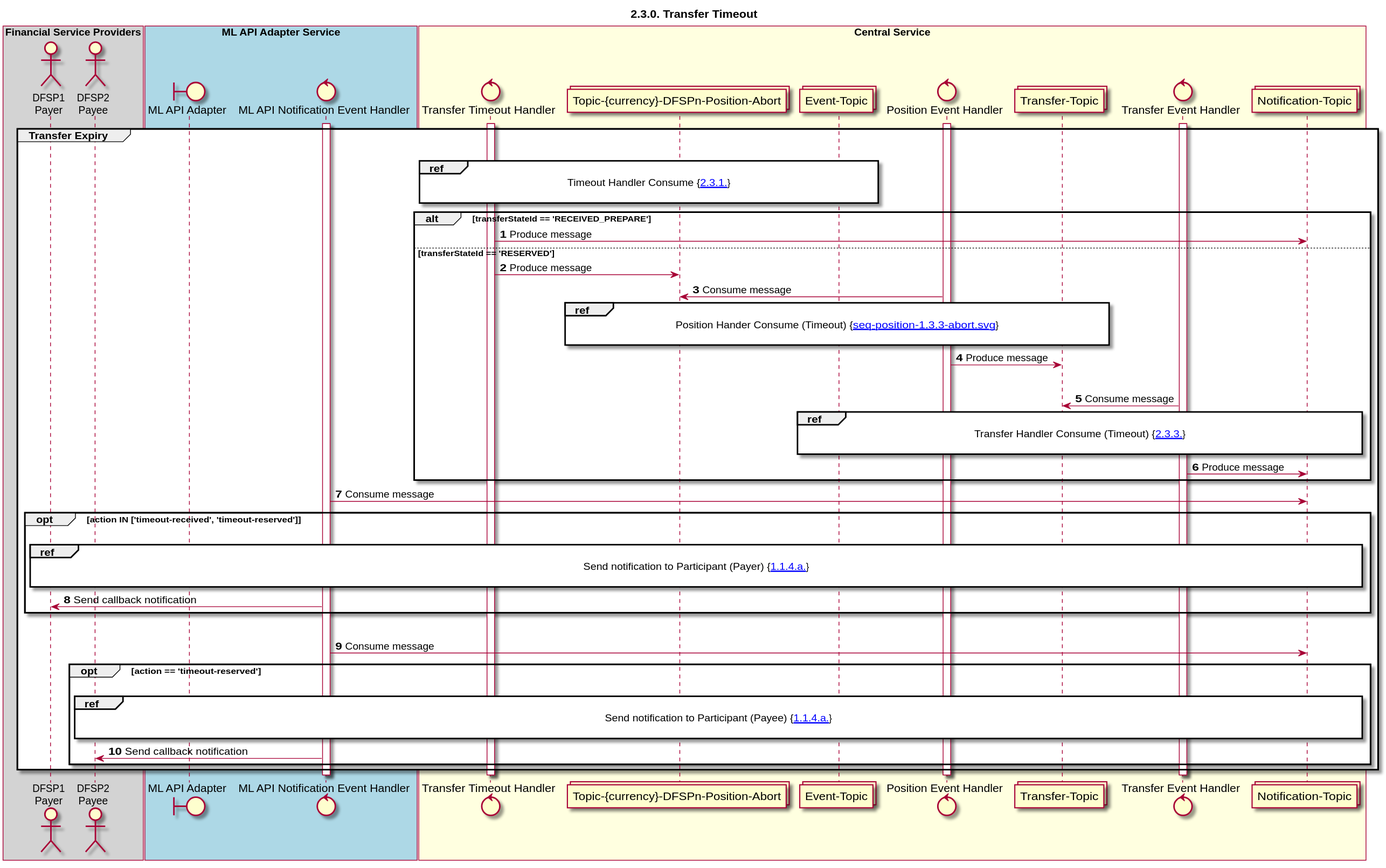
Before: Diagrams/SequenceDiagrams/seq-timeout-2.3.0.svg, a diagram exported from PlantUML (ggrg/docs).
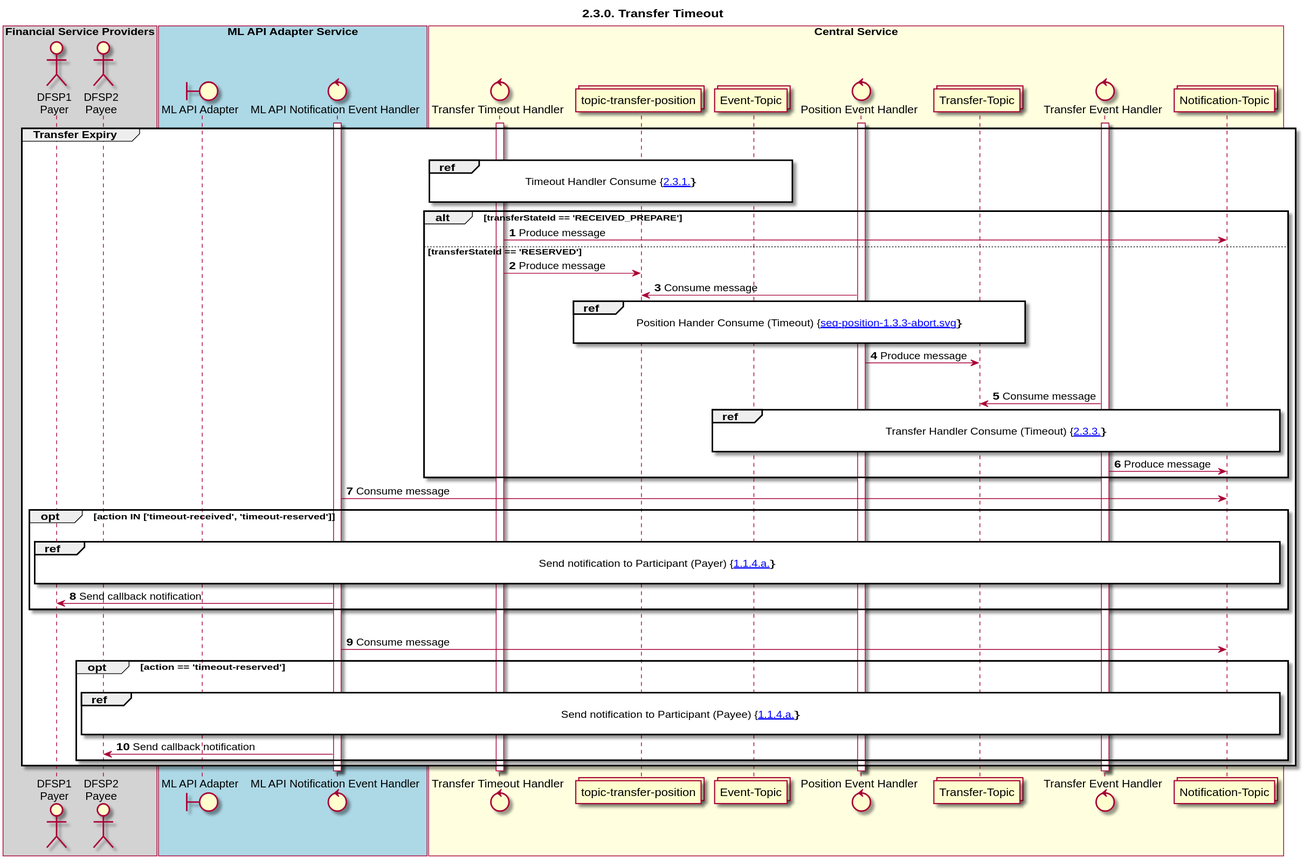
Above is the later version.

What changed in the source:
```diff
@@ -9,7 +9,7 @@
 boundary "ML API Adapter" as MLAPI
 control "ML API Notification Event Handler" as NOTIFY_HANDLER
 control "Transfer Timeout Handler" as EXP_HANDLER
-collections "Topic-{currency}-DFSPn-Position-Abort" as TOPIC_POSITION_DFSP
+collections "topic-transfer-position" as TOPIC_TRANSFER_POSITION
 control "Position Event Handler" as POS_HANDLER
 collections "Transfer-Topic" as TOPIC_TRANSFERS
 control "Transfer Event Handler" as TRANS_HANDLER
@@ -28,7 +28,7 @@
 
 box "Central Service" #LightYellow
     participant EXP_HANDLER
-    participant TOPIC_POSITION_DFSP
+    participant TOPIC_TRANSFER_POSITION
     participant TOPIC_EVENT
     participant POS_HANDLER
     participant TOPIC_TRANSFERS
@@ -46,9 +46,9 @@
     alt transferStateId == 'RECEIVED_PREPARE'
         EXP_HANDLER -> TOPIC_NOTIFICATIONS: Produce message
     else transferStateId == 'RESERVED'
-        EXP_HANDLER -> TOPIC_POSITION_DFSP: Produce message
-        TOPIC_POSITION_DFSP <- POS_HANDLER: Consume message
-        ref over TOPIC_POSITION_DFSP, TOPIC_TRANSFERS :  Position Hander Consume (Timeout) {[[https://github.com/mojaloop/docs/blob/develop/CentralServices/seq_diagrams/seq-position-1.3.3-abort.svg seq-position-1.3.3-abort.svg]]} \n
+        EXP_HANDLER -> TOPIC_TRANSFER_POSITION: Produce message
+        TOPIC_TRANSFER_POSITION <- POS_HANDLER: Consume message
+        ref over TOPIC_TRANSFER_POSITION, TOPIC_TRANSFERS :  Position Hander Consume (Timeout) {[[https://github.com/mojaloop/docs/blob/develop/CentralServices/seq_diagrams/seq-position-1.3.3-abort.svg seq-position-1.3.3-abort.svg]]} \n
         POS_HANDLER -> TOPIC_TRANSFERS: Produce message
         |||
         TOPIC_TRANSFERS <- TRANS_HANDLER: Consume message
```
